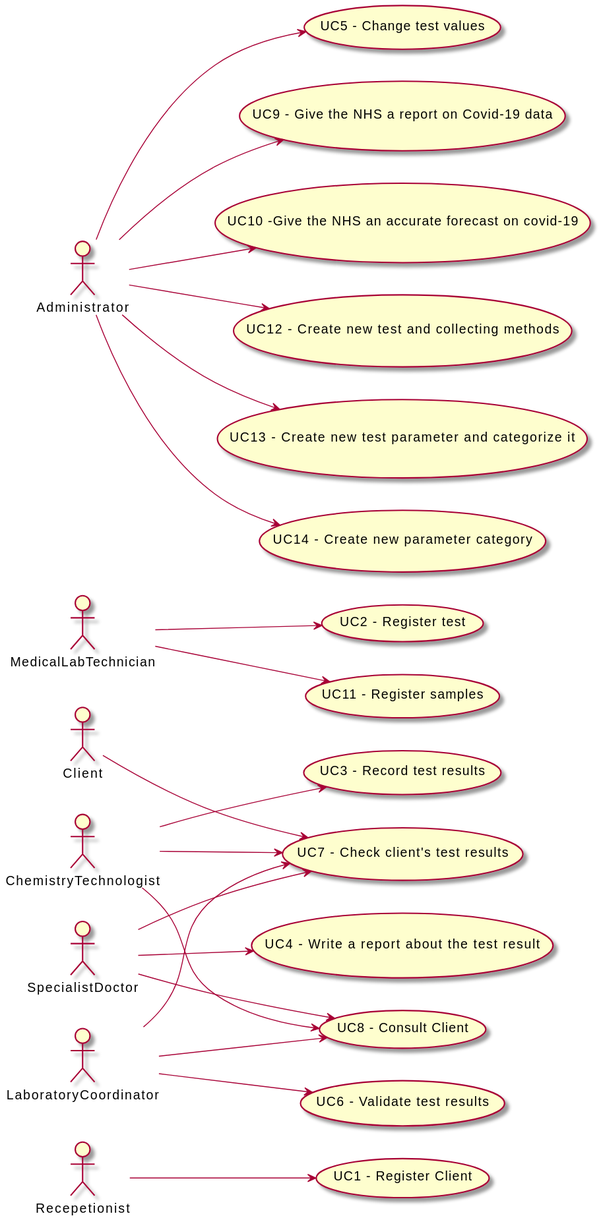
This is docs/SprintB/ImagesUsed/UCD.svg from RuiRioPina/LAPR2-20-21, a PlantUML export, as it was before one commit. Its diagram source:
```plantuml
@startuml
left to right direction

Recepetionist --> (Register)
"UC7 - Check client's test results" as (Check)
"UC1 - Register Client" as (Register)
"UC8 - Consult Client" as (Consult)

MedicalLabTechnician --> (UC2 - Register test)
MedicalLabTechnician --> (UC11 - Register samples)

ChemistryTechnologist --> (UC3 - Record test results)
ChemistryTechnologist --> (Check)
ChemistryTechnologist --> (Consult)

SpecialistDoctor --> (UC4 - Write a report about the test result)
SpecialistDoctor --> (Check)
SpecialistDoctor --> (Consult)

Administrator --> (UC5 - Change test values)
Administrator --> (UC9 - Give the NHS a report on Covid-19 data)
Administrator --> (UC10 -Give the NHS an accurate forecast on covid-19)
Administrator --> (UC12 - Create new test and collecting methods)
Administrator --> (UC13 - Create new test parameter and categorize it)
Administrator --> (UC14 - Create new parameter category)

LaboratoryCoordinator --> (UC6 - Validate test results)
LaboratoryCoordinator --> (Check)
LaboratoryCoordinator --> (Consult)

Client --> (Check)
@enduml
```
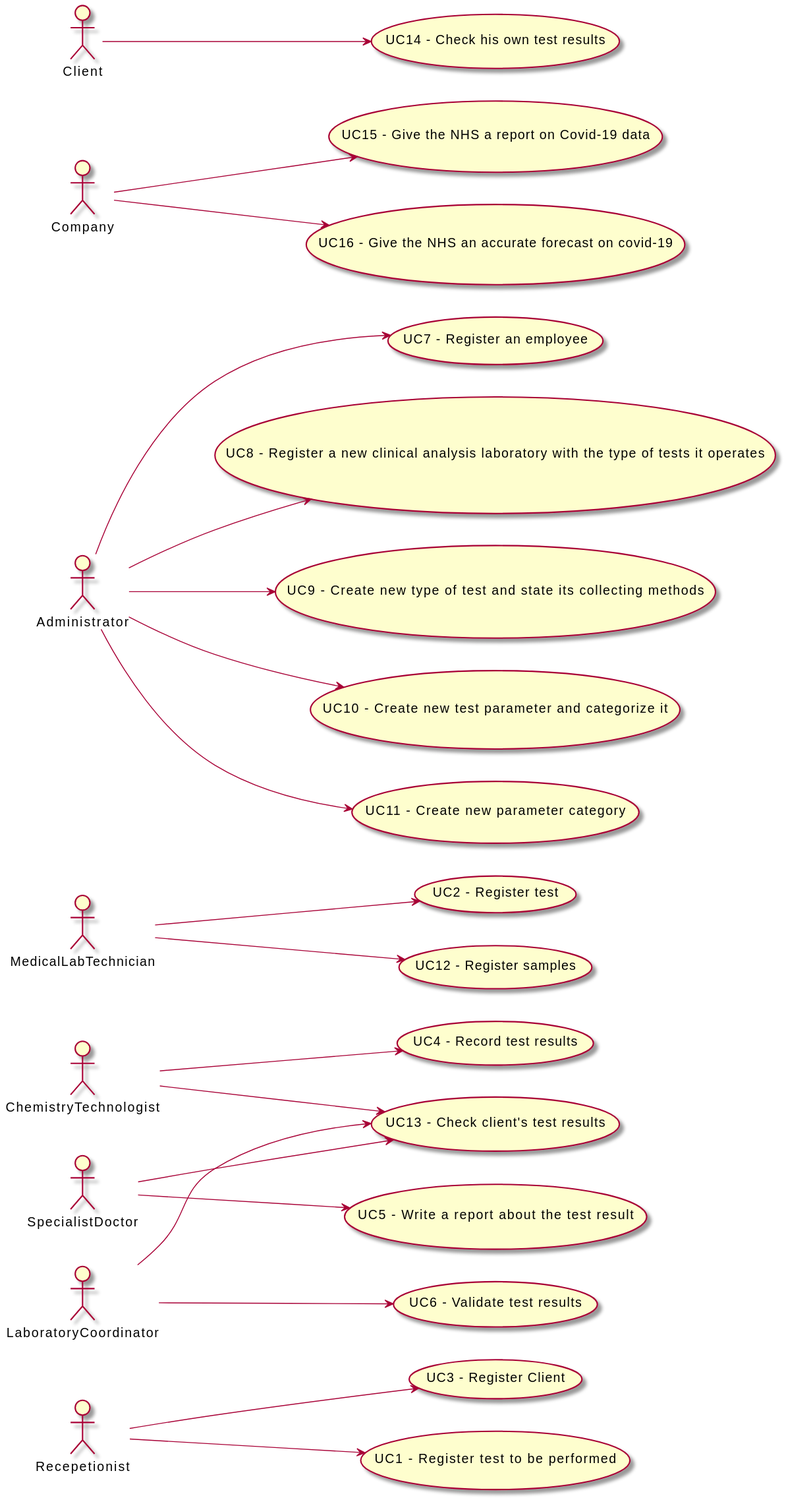
After the commit.

Commit message:
Updating the UCD according to our needs

The edit, as a diff of the source:
```diff
@@ -2,31 +2,32 @@
 left to right direction
 
 Recepetionist --> (Register)
-"UC7 - Check client's test results" as (Check)
-"UC1 - Register Client" as (Register)
-"UC8 - Consult Client" as (Consult)
+Recepetionist --> (UC1 - Register test to be performed)
+"UC13 - Check client's test results" as (Check)
+"UC3 - Register Client" as (Register)
 
 MedicalLabTechnician --> (UC2 - Register test)
-MedicalLabTechnician --> (UC11 - Register samples)
+MedicalLabTechnician --> (UC12 - Register samples)
 
-ChemistryTechnologist --> (UC3 - Record test results)
+ChemistryTechnologist --> (UC4 - Record test results)
 ChemistryTechnologist --> (Check)
-ChemistryTechnologist --> (Consult)
 
-SpecialistDoctor --> (UC4 - Write a report about the test result)
+SpecialistDoctor --> (UC5 - Write a report about the test result)
 SpecialistDoctor --> (Check)
-SpecialistDoctor --> (Consult)
 
-Administrator --> (UC5 - Change test values)
-Administrator --> (UC9 - Give the NHS a report on Covid-19 data)
-Administrator --> (UC10 -Give the NHS an accurate forecast on covid-19)
-Administrator --> (UC12 - Create new test and collecting methods)
-Administrator --> (UC13 - Create new test parameter and categorize it)
-Administrator --> (UC14 - Create new parameter category)
+
+Administrator --> (UC7 - Register an employee)
+Administrator --> (UC8 - Register a new clinical analysis laboratory with the type of tests it operates)
+Administrator --> (UC9 - Create new type of test and state its collecting methods)
+Administrator --> (UC10 - Create new test parameter and categorize it)
+Administrator --> (UC11 - Create new parameter category)
 
 LaboratoryCoordinator --> (UC6 - Validate test results)
 LaboratoryCoordinator --> (Check)
-LaboratoryCoordinator --> (Consult)
 
-Client --> (Check)
+
+Company --> (UC15 - Give the NHS a report on Covid-19 data)
+Company --> (UC16 - Give the NHS an accurate forecast on covid-19)
+
+Client --> (UC14 - Check his own test results)
 @enduml
```
